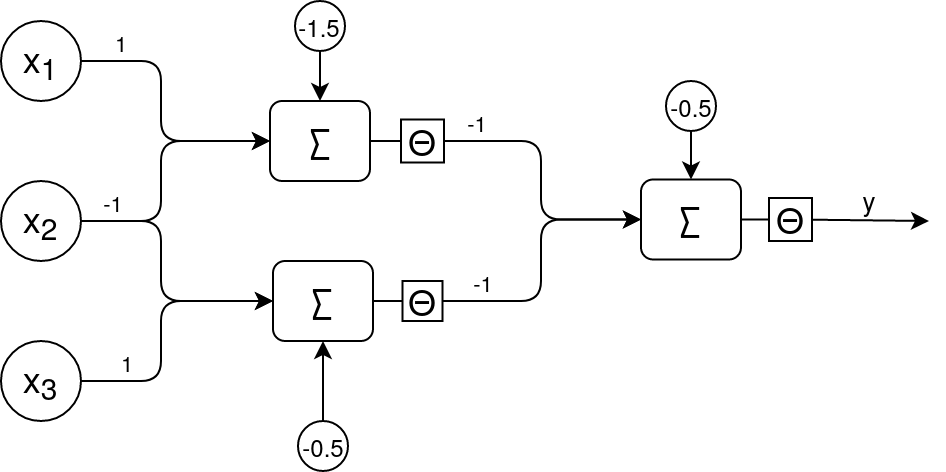
Above: xor2.png in smallSwed/imgs (draw.io), before the change. Source tidied: cells renumbered, new cells last; positions are measured from the earlier drawing's top-left corner, leaving out a move shared by most shapes. Its diagram source:
```xml
<mxGraphModel>
  <root>
    <mxCell id="0" />
    <mxCell id="1" parent="0" />
    <mxCell id="2" value="x&lt;sub&gt;1&lt;/sub&gt;" style="ellipse;whiteSpace=wrap;html=1;fontSize=18;direction=south;" parent="1" vertex="1">
      <mxGeometry y="10" width="40" height="40" as="geometry" />
    </mxCell>
    <mxCell id="3" value="x&lt;sub&gt;2&lt;/sub&gt;" style="ellipse;whiteSpace=wrap;html=1;fontSize=18;direction=south;" parent="1" vertex="1">
      <mxGeometry y="90" width="40" height="40" as="geometry" />
    </mxCell>
    <mxCell id="4" value="x&lt;sub&gt;3&lt;/sub&gt;" style="ellipse;whiteSpace=wrap;html=1;fontSize=18;direction=south;" parent="1" vertex="1">
      <mxGeometry y="170" width="40" height="40" as="geometry" />
    </mxCell>
    <mxCell id="5" value="1" style="edgeStyle=elbowEdgeStyle;elbow=horizontal;endArrow=classic;html=1;entryX=0;entryY=0.5;entryDx=0;entryDy=0;exitX=0.5;exitY=0;exitDx=0;exitDy=0;labelPosition=center;verticalLabelPosition=top;align=center;verticalAlign=bottom;" parent="1" edge="1" source="2" target="13">
      <mxGeometry x="-0.7" relative="1" as="geometry">
        <Array as="points">
          <mxPoint x="80" y="50" />
          <mxPoint x="130" y="187.8" />
          <mxPoint x="130" y="205.8" />
          <mxPoint x="100" y="195.8" />
          <mxPoint x="130" y="255.8" />
        </Array>
      </mxGeometry>
    </mxCell>
    <mxCell id="6" style="edgeStyle=elbowEdgeStyle;elbow=horizontal;endArrow=classic;html=1;entryX=0;entryY=0.5;entryDx=0;entryDy=0;exitX=0.5;exitY=0;exitDx=0;exitDy=0;labelPosition=center;verticalLabelPosition=top;align=center;verticalAlign=bottom;" parent="1" edge="1" source="3" target="13">
      <mxGeometry x="-0.63" relative="1" as="geometry">
        <Array as="points">
          <mxPoint x="80" y="90" />
          <mxPoint x="140" y="197.8" />
          <mxPoint x="140" y="215.8" />
          <mxPoint x="110" y="205.8" />
          <mxPoint x="140" y="265.8" />
        </Array>
      </mxGeometry>
    </mxCell>
    <mxCell id="7" value="-1" style="edgeStyle=elbowEdgeStyle;elbow=horizontal;endArrow=classic;html=1;entryX=0;entryY=0.5;entryDx=0;entryDy=0;exitX=1;exitY=0.5;exitDx=0;exitDy=0;labelPosition=center;verticalLabelPosition=top;align=center;verticalAlign=bottom;" parent="1" edge="1" source="12" target="19">
      <mxGeometry x="-0.77" relative="1" as="geometry">
        <Array as="points">
          <mxPoint x="270" y="100" />
          <mxPoint x="345.9" y="132" />
          <mxPoint x="345.9" y="150" />
          <mxPoint x="315.9" y="140" />
          <mxPoint x="345.9" y="200" />
        </Array>
      </mxGeometry>
    </mxCell>
    <mxCell id="8" value="-1" style="edgeStyle=elbowEdgeStyle;elbow=horizontal;endArrow=classic;html=1;entryX=0;entryY=0.5;entryDx=0;entryDy=0;labelPosition=center;verticalLabelPosition=top;align=center;verticalAlign=bottom;exitX=1;exitY=0.5;exitDx=0;exitDy=0;" parent="1" edge="1" source="25" target="19">
      <mxGeometry x="-0.71" relative="1" as="geometry">
        <Array as="points">
          <mxPoint x="270" y="150" />
        </Array>
      </mxGeometry>
    </mxCell>
    <mxCell id="9" style="edgeStyle=orthogonalEdgeStyle;rounded=0;jettySize=auto;html=1;fontSize=18;entryX=0.5;entryY=0;entryDx=0;entryDy=0;" parent="1" edge="1" source="10" target="13">
      <mxGeometry relative="1" as="geometry" />
    </mxCell>
    <mxCell id="10" value="-1.5" style="ellipse;whiteSpace=wrap;html=1;" parent="1" vertex="1">
      <mxGeometry x="147" width="25" height="25" as="geometry" />
    </mxCell>
    <mxCell id="11" style="edgeStyle=elbowEdgeStyle;elbow=horizontal;endArrow=none;html=1;exitX=1;exitY=0.5;exitDx=0;exitDy=0;entryX=0;entryY=0.5;entryDx=0;entryDy=0;endFill=0;" parent="1" edge="1" source="13" target="12">
      <mxGeometry x="0.12" y="50" relative="1" as="geometry">
        <Array as="points">
          <mxPoint x="188.5" y="75" />
        </Array>
      </mxGeometry>
    </mxCell>
    <mxCell id="12" value="Θ " style="whiteSpace=wrap;html=1;fontSize=18;" parent="1" vertex="1">
      <mxGeometry x="200" y="59.2" width="21.5" height="21.5" as="geometry" />
    </mxCell>
    <mxCell id="13" value="&lt;span class=&quot;box&quot;&gt;∑&lt;/span&gt;" style="rounded=1;whiteSpace=wrap;html=1;fontSize=18;" parent="1" vertex="1">
      <mxGeometry x="134.5" y="50" width="50" height="40" as="geometry" />
    </mxCell>
    <mxCell id="14" value="-0.5" style="ellipse;whiteSpace=wrap;html=1;" parent="1" vertex="1">
      <mxGeometry x="332.5" y="40" width="25" height="25" as="geometry" />
    </mxCell>
    <mxCell id="15" style="edgeStyle=orthogonalEdgeStyle;rounded=0;jettySize=auto;html=1;fontSize=18;entryX=0.5;entryY=0;entryDx=0;entryDy=0;" parent="1" edge="1" source="14" target="19">
      <mxGeometry relative="1" as="geometry" />
    </mxCell>
    <mxCell id="16" style="edgeStyle=elbowEdgeStyle;elbow=horizontal;endArrow=none;html=1;exitX=1;exitY=0.5;exitDx=0;exitDy=0;entryX=0;entryY=0.5;entryDx=0;entryDy=0;endFill=0;" parent="1" edge="1" source="19" target="18">
      <mxGeometry x="0.12" y="50" relative="1" as="geometry">
        <Array as="points">
          <mxPoint x="374" y="124.2" />
        </Array>
      </mxGeometry>
    </mxCell>
    <mxCell id="17" value="y" style="edgeStyle=orthogonalEdgeStyle;rounded=0;jettySize=auto;html=1;endArrow=classic;endFill=1;fontSize=13;labelPosition=center;verticalLabelPosition=top;align=center;verticalAlign=bottom;" parent="1" edge="1" source="18">
      <mxGeometry x="0.25" relative="1" as="geometry">
        <mxPoint x="464" y="110" as="targetPoint" />
        <Array as="points">
          <mxPoint x="395" y="110" />
          <mxPoint x="464" y="110" />
        </Array>
      </mxGeometry>
    </mxCell>
    <mxCell id="18" value="Θ " style="whiteSpace=wrap;html=1;fontSize=18;" parent="1" vertex="1">
      <mxGeometry x="384" y="98.5" width="21.5" height="21.5" as="geometry" />
    </mxCell>
    <mxCell id="19" value="&lt;span class=&quot;box&quot;&gt;∑&lt;/span&gt;" style="rounded=1;whiteSpace=wrap;html=1;fontSize=18;" parent="1" vertex="1">
      <mxGeometry x="320" y="89.2" width="50" height="40" as="geometry" />
    </mxCell>
    <mxCell id="20" value="-1" style="edgeStyle=elbowEdgeStyle;elbow=horizontal;endArrow=classic;html=1;entryX=0;entryY=0.5;entryDx=0;entryDy=0;exitX=0.5;exitY=0;exitDx=0;exitDy=0;labelPosition=center;verticalLabelPosition=top;align=center;verticalAlign=bottom;" parent="1" edge="1" source="3" target="26">
      <mxGeometry x="-0.77" relative="1" as="geometry">
        <Array as="points">
          <mxPoint x="80" y="154.2" />
          <mxPoint x="155.9" y="186.2" />
          <mxPoint x="155.9" y="204.2" />
          <mxPoint x="125.9" y="194.2" />
          <mxPoint x="155.9" y="254.2" />
        </Array>
      </mxGeometry>
    </mxCell>
    <mxCell id="21" value="1" style="edgeStyle=elbowEdgeStyle;elbow=horizontal;endArrow=classic;html=1;entryX=0;entryY=0.5;entryDx=0;entryDy=0;labelPosition=center;verticalLabelPosition=top;align=center;verticalAlign=bottom;exitX=0.5;exitY=0;exitDx=0;exitDy=0;" parent="1" edge="1" source="4" target="26">
      <mxGeometry x="-0.66" relative="1" as="geometry">
        <Array as="points">
          <mxPoint x="80" y="204.2" />
        </Array>
      </mxGeometry>
    </mxCell>
    <mxCell id="22" value="-0.5" style="ellipse;whiteSpace=wrap;html=1;" parent="1" vertex="1">
      <mxGeometry x="148.5" y="210" width="25" height="25" as="geometry" />
    </mxCell>
    <mxCell id="23" style="edgeStyle=orthogonalEdgeStyle;rounded=0;jettySize=auto;html=1;fontSize=18;entryX=0.5;entryY=1;entryDx=0;entryDy=0;" parent="1" edge="1" source="22" target="26">
      <mxGeometry relative="1" as="geometry" />
    </mxCell>
    <mxCell id="24" style="edgeStyle=elbowEdgeStyle;elbow=horizontal;endArrow=none;html=1;exitX=1;exitY=0.5;exitDx=0;exitDy=0;entryX=0;entryY=0.5;entryDx=0;entryDy=0;endFill=0;" parent="1" edge="1" source="26" target="25">
      <mxGeometry x="0.12" y="50" relative="1" as="geometry" />
    </mxCell>
    <mxCell id="25" value="Θ " style="whiteSpace=wrap;html=1;fontSize=18;" parent="1" vertex="1">
      <mxGeometry x="200.8" y="140" width="20" height="20" as="geometry" />
    </mxCell>
    <mxCell id="26" value="&lt;span class=&quot;box&quot;&gt;∑&lt;/span&gt;" style="rounded=1;whiteSpace=wrap;html=1;fontSize=18;" parent="1" vertex="1">
      <mxGeometry x="136" y="130" width="50" height="40" as="geometry" />
    </mxCell>
  </root>
</mxGraphModel>
```
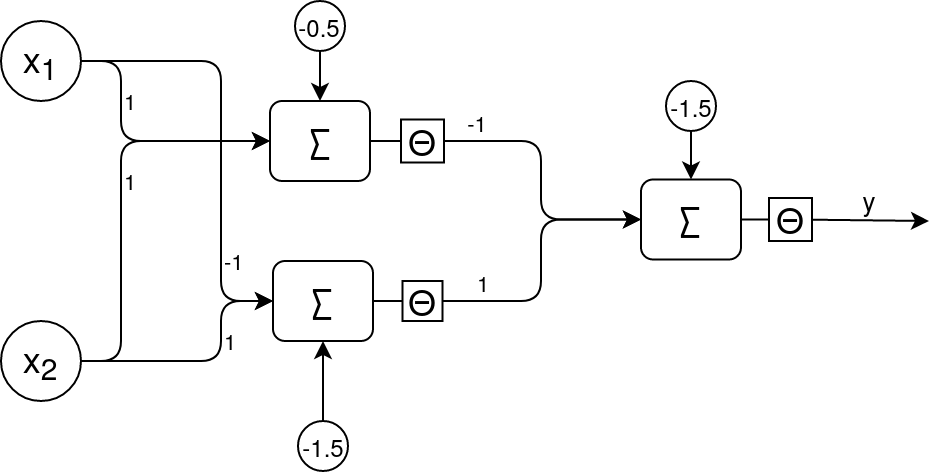
Later version of the same file.

The edit, as a diff of the source:
```diff
@@ -6,14 +6,12 @@
       <mxGeometry y="10" width="40" height="40" as="geometry" />
     </mxCell>
     <mxCell id="3" value="x&lt;sub&gt;2&lt;/sub&gt;" style="ellipse;whiteSpace=wrap;html=1;fontSize=18;direction=south;" parent="1" vertex="1">
-      <mxGeometry y="90" width="40" height="40" as="geometry" />
+      <mxGeometry y="160" width="40" height="40" as="geometry" />
     </mxCell>
-    <mxCell id="4" value="x&lt;sub&gt;3&lt;/sub&gt;" style="ellipse;whiteSpace=wrap;html=1;fontSize=18;direction=south;" parent="1" vertex="1">
-      <mxGeometry y="170" width="40" height="40" as="geometry" />
-    </mxCell>
-    <mxCell id="5" value="1" style="edgeStyle=elbowEdgeStyle;elbow=horizontal;endArrow=classic;html=1;entryX=0;entryY=0.5;entryDx=0;entryDy=0;exitX=0.5;exitY=0;exitDx=0;exitDy=0;labelPosition=center;verticalLabelPosition=top;align=center;verticalAlign=bottom;" parent="1" edge="1" source="2" target="13">
-      <mxGeometry x="-0.7" relative="1" as="geometry">
+    <mxCell id="5" value="1" style="edgeStyle=elbowEdgeStyle;elbow=horizontal;endArrow=classic;html=1;entryX=0;entryY=0.5;entryDx=0;entryDy=0;exitX=0.5;exitY=0;exitDx=0;exitDy=0;labelPosition=right;verticalLabelPosition=middle;align=left;verticalAlign=middle;" parent="1" edge="1" source="2" target="13">
+      <mxGeometry x="-0.41" relative="1" as="geometry">
         <Array as="points">
+          <mxPoint x="60" y="50" />
           <mxPoint x="80" y="50" />
           <mxPoint x="130" y="187.8" />
           <mxPoint x="130" y="205.8" />
@@ -22,9 +20,10 @@
         </Array>
       </mxGeometry>
     </mxCell>
-    <mxCell id="6" style="edgeStyle=elbowEdgeStyle;elbow=horizontal;endArrow=classic;html=1;entryX=0;entryY=0.5;entryDx=0;entryDy=0;exitX=0.5;exitY=0;exitDx=0;exitDy=0;labelPosition=center;verticalLabelPosition=top;align=center;verticalAlign=bottom;" parent="1" edge="1" source="3" target="13">
-      <mxGeometry x="-0.63" relative="1" as="geometry">
+    <mxCell id="6" value="1" style="edgeStyle=elbowEdgeStyle;elbow=horizontal;endArrow=classic;html=1;entryX=0;entryY=0.5;entryDx=0;entryDy=0;exitX=0.5;exitY=0;exitDx=0;exitDy=0;labelPosition=right;verticalLabelPosition=middle;align=left;verticalAlign=middle;" parent="1" edge="1" source="3" target="13">
+      <mxGeometry x="0.08" relative="1" as="geometry">
         <Array as="points">
+          <mxPoint x="60" y="110" />
           <mxPoint x="80" y="90" />
           <mxPoint x="140" y="197.8" />
           <mxPoint x="140" y="215.8" />
@@ -44,7 +43,7 @@
         </Array>
       </mxGeometry>
     </mxCell>
-    <mxCell id="8" value="-1" style="edgeStyle=elbowEdgeStyle;elbow=horizontal;endArrow=classic;html=1;entryX=0;entryY=0.5;entryDx=0;entryDy=0;labelPosition=center;verticalLabelPosition=top;align=center;verticalAlign=bottom;exitX=1;exitY=0.5;exitDx=0;exitDy=0;" parent="1" edge="1" source="25" target="19">
+    <mxCell id="8" value="1" style="edgeStyle=elbowEdgeStyle;elbow=horizontal;endArrow=classic;html=1;entryX=0;entryY=0.5;entryDx=0;entryDy=0;labelPosition=center;verticalLabelPosition=top;align=center;verticalAlign=bottom;exitX=1;exitY=0.5;exitDx=0;exitDy=0;" parent="1" edge="1" source="25" target="19">
       <mxGeometry x="-0.71" relative="1" as="geometry">
         <Array as="points">
           <mxPoint x="270" y="150" />
@@ -54,7 +53,7 @@
     <mxCell id="9" style="edgeStyle=orthogonalEdgeStyle;rounded=0;jettySize=auto;html=1;fontSize=18;entryX=0.5;entryY=0;entryDx=0;entryDy=0;" parent="1" edge="1" source="10" target="13">
       <mxGeometry relative="1" as="geometry" />
     </mxCell>
-    <mxCell id="10" value="-1.5" style="ellipse;whiteSpace=wrap;html=1;" parent="1" vertex="1">
+    <mxCell id="10" value="-0.5" style="ellipse;whiteSpace=wrap;html=1;" parent="1" vertex="1">
       <mxGeometry x="147" width="25" height="25" as="geometry" />
     </mxCell>
     <mxCell id="11" style="edgeStyle=elbowEdgeStyle;elbow=horizontal;endArrow=none;html=1;exitX=1;exitY=0.5;exitDx=0;exitDy=0;entryX=0;entryY=0.5;entryDx=0;entryDy=0;endFill=0;" parent="1" edge="1" source="13" target="12">
@@ -70,7 +69,7 @@
     <mxCell id="13" value="&lt;span class=&quot;box&quot;&gt;∑&lt;/span&gt;" style="rounded=1;whiteSpace=wrap;html=1;fontSize=18;" parent="1" vertex="1">
       <mxGeometry x="134.5" y="50" width="50" height="40" as="geometry" />
     </mxCell>
-    <mxCell id="14" value="-0.5" style="ellipse;whiteSpace=wrap;html=1;" parent="1" vertex="1">
+    <mxCell id="14" value="-1.5" style="ellipse;whiteSpace=wrap;html=1;" parent="1" vertex="1">
       <mxGeometry x="332.5" y="40" width="25" height="25" as="geometry" />
     </mxCell>
     <mxCell id="15" style="edgeStyle=orthogonalEdgeStyle;rounded=0;jettySize=auto;html=1;fontSize=18;entryX=0.5;entryY=0;entryDx=0;entryDy=0;" parent="1" edge="1" source="14" target="19">
@@ -98,10 +97,10 @@
     <mxCell id="19" value="&lt;span class=&quot;box&quot;&gt;∑&lt;/span&gt;" style="rounded=1;whiteSpace=wrap;html=1;fontSize=18;" parent="1" vertex="1">
       <mxGeometry x="320" y="89.2" width="50" height="40" as="geometry" />
     </mxCell>
-    <mxCell id="20" value="-1" style="edgeStyle=elbowEdgeStyle;elbow=horizontal;endArrow=classic;html=1;entryX=0;entryY=0.5;entryDx=0;entryDy=0;exitX=0.5;exitY=0;exitDx=0;exitDy=0;labelPosition=center;verticalLabelPosition=top;align=center;verticalAlign=bottom;" parent="1" edge="1" source="3" target="26">
-      <mxGeometry x="-0.77" relative="1" as="geometry">
+    <mxCell id="20" value="1" style="edgeStyle=elbowEdgeStyle;elbow=horizontal;endArrow=classic;html=1;entryX=0;entryY=0.5;entryDx=0;entryDy=0;exitX=0.5;exitY=0;exitDx=0;exitDy=0;labelPosition=right;verticalLabelPosition=middle;align=left;verticalAlign=middle;" parent="1" edge="1" source="3" target="26">
+      <mxGeometry x="0.11" y="10" relative="1" as="geometry">
         <Array as="points">
-          <mxPoint x="80" y="154.2" />
+          <mxPoint x="110" y="180" />
           <mxPoint x="155.9" y="186.2" />
           <mxPoint x="155.9" y="204.2" />
           <mxPoint x="125.9" y="194.2" />
@@ -109,14 +108,16 @@
         </Array>
       </mxGeometry>
     </mxCell>
-    <mxCell id="21" value="1" style="edgeStyle=elbowEdgeStyle;elbow=horizontal;endArrow=classic;html=1;entryX=0;entryY=0.5;entryDx=0;entryDy=0;labelPosition=center;verticalLabelPosition=top;align=center;verticalAlign=bottom;exitX=0.5;exitY=0;exitDx=0;exitDy=0;" parent="1" edge="1" source="4" target="26">
-      <mxGeometry x="-0.66" relative="1" as="geometry">
+    <mxCell id="21" value="-1" style="edgeStyle=elbowEdgeStyle;elbow=horizontal;endArrow=classic;html=1;entryX=0;entryY=0.5;entryDx=0;entryDy=0;labelPosition=right;verticalLabelPosition=middle;align=left;verticalAlign=middle;exitX=0.5;exitY=0;exitDx=0;exitDy=0;" parent="1" edge="1" source="2" target="26">
+      <mxGeometry x="0.57" relative="1" as="geometry">
         <Array as="points">
-          <mxPoint x="80" y="204.2" />
+          <mxPoint x="110" y="80" />
+          <mxPoint x="80" y="150" />
+          <mxPoint x="20" y="110" />
         </Array>
       </mxGeometry>
     </mxCell>
-    <mxCell id="22" value="-0.5" style="ellipse;whiteSpace=wrap;html=1;" parent="1" vertex="1">
+    <mxCell id="22" value="-1.5" style="ellipse;whiteSpace=wrap;html=1;" parent="1" vertex="1">
       <mxGeometry x="148.5" y="210" width="25" height="25" as="geometry" />
     </mxCell>
     <mxCell id="23" style="edgeStyle=orthogonalEdgeStyle;rounded=0;jettySize=auto;html=1;fontSize=18;entryX=0.5;entryY=1;entryDx=0;entryDy=0;" parent="1" edge="1" source="22" target="26">
```
